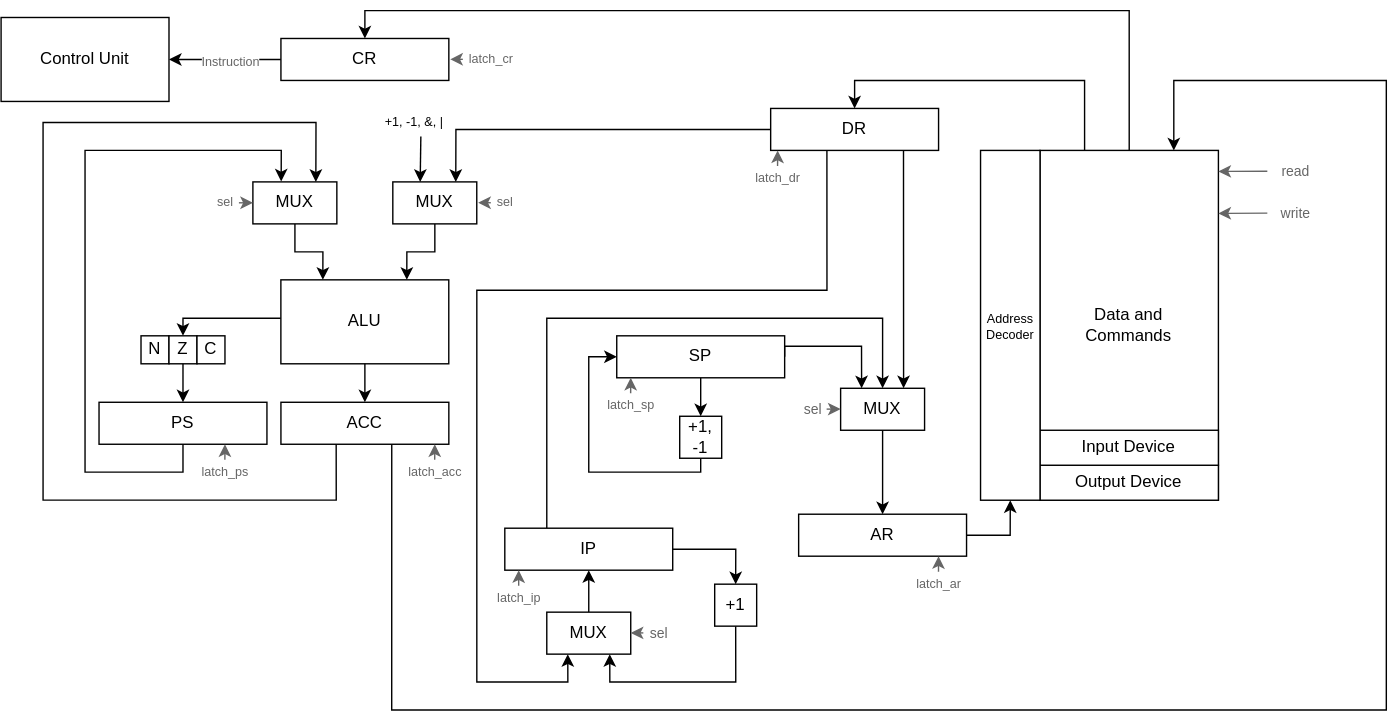
Before: schemes/data_path.drawio.svg, a diagram exported from draw.io (glebmavi/csa_lab3). Source tidied: cells renumbered, new cells last; positions are measured from the earlier drawing's top-left corner, leaving out a move shared by most shapes.
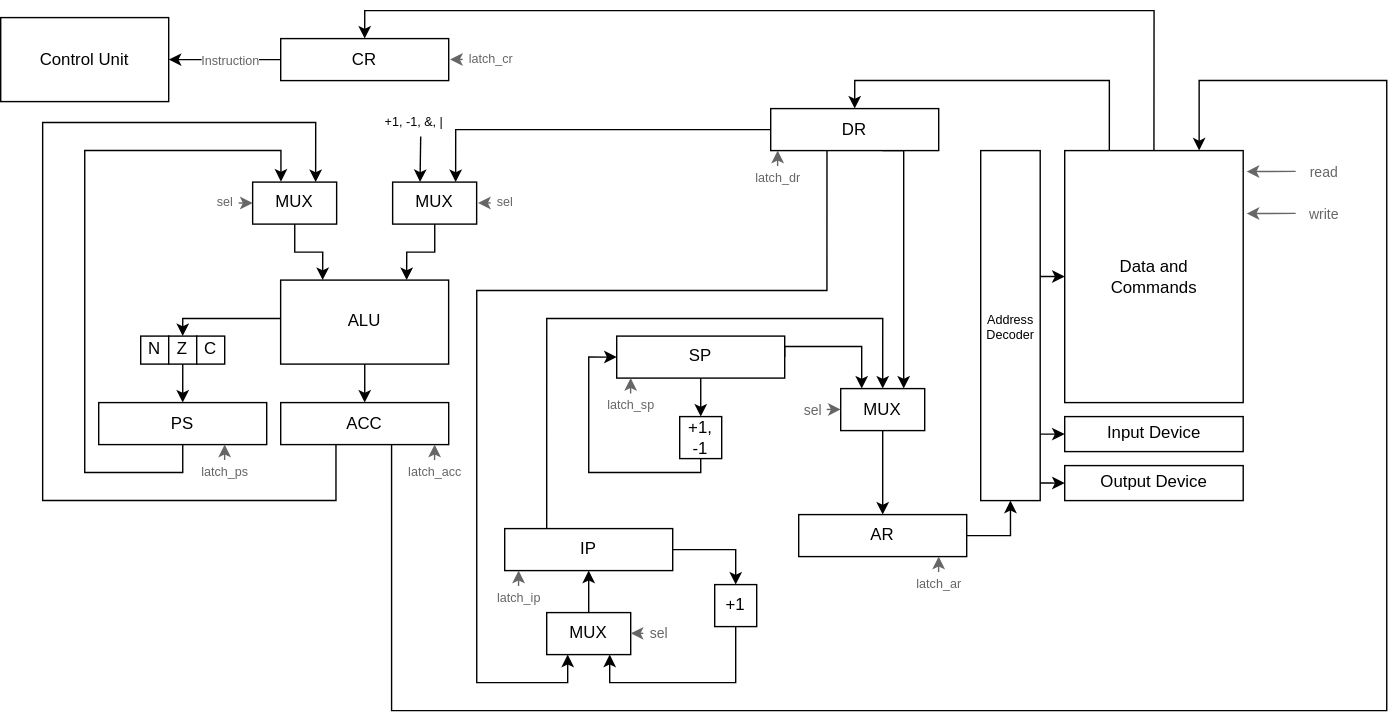
After the change.

Change to the diagram source:
```diff
@@ -3,38 +3,50 @@
     <mxCell id="0" />
     <mxCell id="1" parent="0" />
     <mxCell id="2" style="group;" parent="1" vertex="1">
-      <mxGeometry x="700" y="100" width="170" height="250" as="geometry" />
+      <mxGeometry x="700" y="100" width="187.5" height="250" as="geometry" />
     </mxCell>
     <mxCell id="3" value="Data and&lt;div&gt;Commands&lt;/div&gt;" style="rounded=0;whiteSpace=wrap;html=1;" parent="2" vertex="1">
-      <mxGeometry x="42.5" width="127.5" height="250" as="geometry" />
+      <mxGeometry x="60" width="127.5" height="180" as="geometry" />
     </mxCell>
-    <mxCell id="4" value="Output Device" style="rounded=0;whiteSpace=wrap;html=1;" parent="2" vertex="1">
-      <mxGeometry x="42.5" y="225" width="127.5" height="25" as="geometry" />
-    </mxCell>
+    <mxCell id="79" style="edgeStyle=orthogonalEdgeStyle;rounded=0;jettySize=auto;html=1;entryX=0;entryY=0.5;entryDx=0;entryDy=0;" parent="2" edge="1" source="6" target="3">
+      <mxGeometry relative="1" as="geometry">
+        <Array as="points">
+          <mxPoint x="50" y="90" />
+          <mxPoint x="50" y="90" />
+        </Array>
+      </mxGeometry>
+    </mxCell>
+    <mxCell id="80" style="edgeStyle=orthogonalEdgeStyle;rounded=0;jettySize=auto;html=1;entryX=0;entryY=0.5;entryDx=0;entryDy=0;" parent="2" edge="1" source="6" target="5">
+      <mxGeometry relative="1" as="geometry">
+        <Array as="points">
+          <mxPoint x="50" y="203" />
+        </Array>
+      </mxGeometry>
+    </mxCell>
+    <mxCell id="6" value="&lt;font style=&quot;font-size: 9px;&quot;&gt;Address&lt;/font&gt;&lt;div style=&quot;font-size: 9px;&quot;&gt;&lt;font style=&quot;font-size: 9px;&quot;&gt;Decoder&lt;/font&gt;&lt;/div&gt;" style="rounded=0;whiteSpace=wrap;html=1;" parent="2" vertex="1">
+      <mxGeometry width="42.5" height="250" as="geometry" />
+    </mxCell>
     <mxCell id="5" value="Input Device" style="rounded=0;whiteSpace=wrap;html=1;" parent="2" vertex="1">
-      <mxGeometry x="42.5" y="200" width="127.5" height="25" as="geometry" />
+      <mxGeometry x="60" y="190" width="127.5" height="25" as="geometry" />
     </mxCell>
-    <mxCell id="6" value="&lt;font style=&quot;font-size: 9px;&quot;&gt;Address&lt;/font&gt;&lt;div style=&quot;font-size: 9px;&quot;&gt;&lt;font style=&quot;font-size: 9px;&quot;&gt;Decoder&lt;/font&gt;&lt;/div&gt;" style="rounded=0;whiteSpace=wrap;html=1;" parent="2" vertex="1">
-      <mxGeometry width="42.5" height="250" as="geometry" />
-    </mxCell>
     <mxCell id="7" style="group;" parent="1" vertex="1">
-      <mxGeometry x="870" y="100" width="80" height="30" as="geometry" />
+      <mxGeometry x="870" y="100" width="95" height="60" as="geometry" />
     </mxCell>
     <mxCell id="8" style="endArrow=classic;html=1;rounded=0;strokeColor=#666666;exitX=-0.001;exitY=0.495;exitDx=0;exitDy=0;exitPerimeter=0;" parent="7" edge="1" source="9">
       <mxGeometry relative="1" as="geometry">
-        <mxPoint y="15" as="targetPoint" />
+        <mxPoint x="20" y="15" as="targetPoint" />
       </mxGeometry>
     </mxCell>
     <mxCell id="9" value="&lt;font style=&quot;font-size: 10px;&quot;&gt;read&lt;/font&gt;" style="text;html=1;align=center;verticalAlign=middle;points=[];strokeColor=none;fillColor=none;fontColor=#666666;" parent="7" vertex="1">
-      <mxGeometry x="35" width="40" height="30" as="geometry" />
+      <mxGeometry x="55" width="40" height="30" as="geometry" />
     </mxCell>
-    <mxCell id="10" style="endArrow=classic;html=1;rounded=0;strokeColor=#666666;exitX=-0.001;exitY=0.495;exitDx=0;exitDy=0;exitPerimeter=0;" parent="1" edge="1" source="11">
+    <mxCell id="10" style="endArrow=classic;html=1;rounded=0;strokeColor=#666666;exitX=-0.001;exitY=0.495;exitDx=0;exitDy=0;exitPerimeter=0;" parent="7" edge="1" source="11">
       <mxGeometry relative="1" as="geometry">
-        <mxPoint x="870" y="145" as="targetPoint" />
+        <mxPoint x="20" y="45" as="targetPoint" />
       </mxGeometry>
     </mxCell>
-    <mxCell id="11" value="&lt;font style=&quot;font-size: 10px;&quot;&gt;write&lt;/font&gt;" style="text;html=1;align=center;verticalAlign=middle;points=[];strokeColor=none;fillColor=none;fontColor=#666666;" parent="1" vertex="1">
-      <mxGeometry x="905" y="130" width="40" height="30" as="geometry" />
+    <mxCell id="11" value="&lt;font style=&quot;font-size: 10px;&quot;&gt;write&lt;/font&gt;" style="text;html=1;align=center;verticalAlign=middle;points=[];strokeColor=none;fillColor=none;fontColor=#666666;" parent="7" vertex="1">
+      <mxGeometry x="55" y="30" width="40" height="30" as="geometry" />
     </mxCell>
     <mxCell id="12" style="edgeStyle=orthogonalEdgeStyle;rounded=0;jettySize=auto;html=1;entryX=0.25;entryY=0;entryDx=0;entryDy=0;exitX=1;exitY=0.5;exitDx=0;exitDy=0;" parent="1" edge="1" source="14" target="55">
       <mxGeometry relative="1" as="geometry">
@@ -84,7 +96,8 @@
           <mxPoint x="279" y="500" />
           <mxPoint x="990" y="500" />
           <mxPoint x="990" y="50" />
-          <mxPoint x="838" y="50" />
+          <mxPoint x="856" y="50" />
+          <mxPoint x="856" y="100" />
         </Array>
       </mxGeometry>
     </mxCell>
@@ -208,7 +221,7 @@
     <mxCell id="47" style="edgeStyle=orthogonalEdgeStyle;rounded=0;jettySize=auto;html=1;exitX=0.25;exitY=0;exitDx=0;exitDy=0;entryX=0.5;entryY=0;entryDx=0;entryDy=0;" parent="1" edge="1" source="3" target="51">
       <mxGeometry relative="1" as="geometry">
         <Array as="points">
-          <mxPoint x="774" y="50" />
+          <mxPoint x="792" y="50" />
           <mxPoint x="610" y="50" />
         </Array>
       </mxGeometry>
@@ -216,7 +229,7 @@
     <mxCell id="48" style="edgeStyle=orthogonalEdgeStyle;rounded=0;jettySize=auto;html=1;entryX=0.5;entryY=0;entryDx=0;entryDy=0;exitX=0.5;exitY=0;exitDx=0;exitDy=0;" parent="1" edge="1" source="3" target="26">
       <mxGeometry relative="1" as="geometry">
         <Array as="points">
-          <mxPoint x="806" />
+          <mxPoint x="824" />
           <mxPoint x="260" />
         </Array>
       </mxGeometry>
@@ -348,5 +361,15 @@
     <mxCell id="78" value="Control Unit" style="rounded=0;whiteSpace=wrap;html=1;" parent="1" vertex="1">
       <mxGeometry y="5" width="120" height="60" as="geometry" />
     </mxCell>
+    <mxCell id="4" value="Output Device" style="rounded=0;whiteSpace=wrap;html=1;" parent="1" vertex="1">
+      <mxGeometry x="760" y="325" width="127.5" height="25" as="geometry" />
+    </mxCell>
+    <mxCell id="81" style="edgeStyle=orthogonalEdgeStyle;rounded=0;jettySize=auto;html=1;entryX=0;entryY=0.5;entryDx=0;entryDy=0;" parent="1" edge="1" source="6" target="4">
+      <mxGeometry relative="1" as="geometry">
+        <Array as="points">
+          <mxPoint x="750" y="338" />
+        </Array>
+      </mxGeometry>
+    </mxCell>
   </root>
 </mxGraphModel>
```
